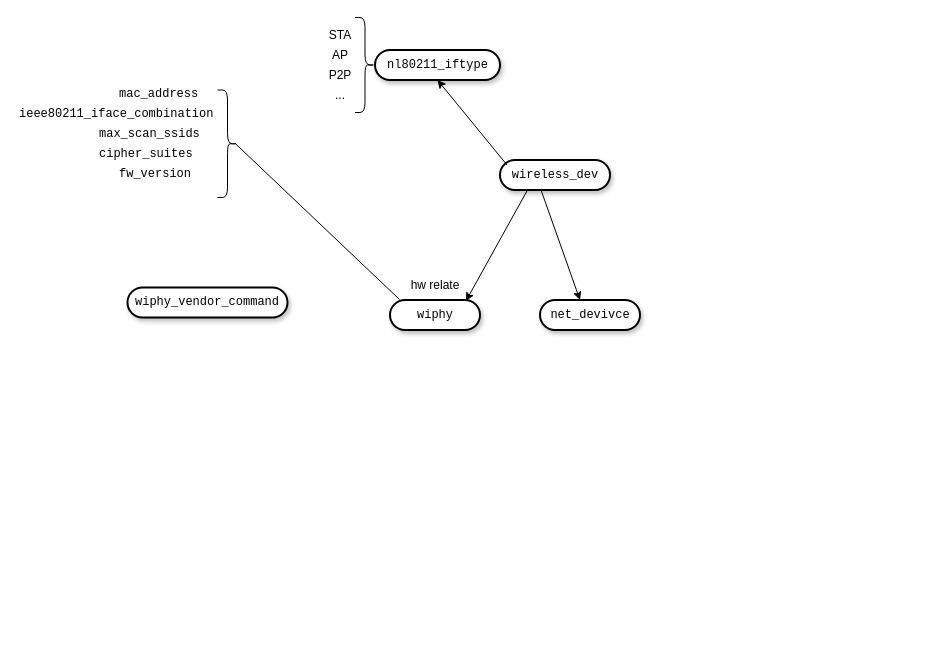
Above: kernel class.drawio in tuduku/drawio (draw.io), before the change. Source tidied: cells renumbered, new cells numbered last; positions are measured from the earlier drawing's top-left corner, leaving out a move shared by most shapes. Both pictures are drawn from the tidied source at 100%, with x=0, y=0 at pixel (17, 17).
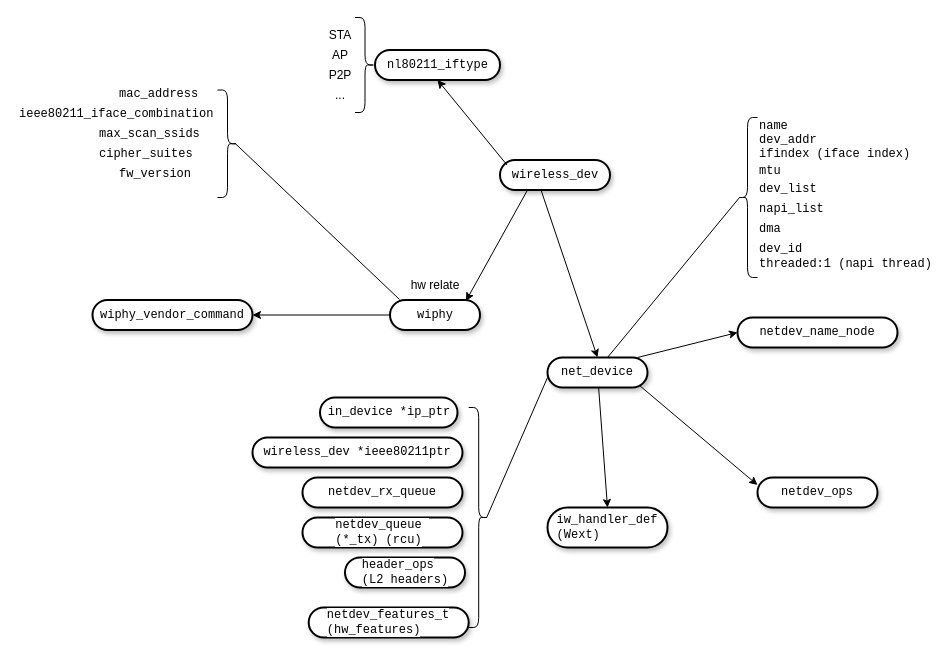
After the change.

Unchanged cells that the change refers to:
```xml
<mxCell id="2" value="&lt;pre style=&quot;border: 0px; margin-top: 0px; margin-bottom: 0px; text-align: start;&quot;&gt;&lt;span style=&quot;background-color: rgb(255, 255, 255);&quot;&gt;wiphy&lt;/span&gt;&lt;/pre&gt;" style="whiteSpace=wrap;html=1;rounded=1;shadow=1;comic=0;labelBackgroundColor=none;strokeWidth=2;fontFamily=Verdana;fontSize=12;align=center;arcSize=50;verticalAlign=middle;" parent="1" vertex="1">
  <mxGeometry x="372.5" y="282.5" width="90" height="30" as="geometry" />
</mxCell>
<mxCell id="3" value="&lt;pre style=&quot;border: 0px; margin-top: 0px; margin-bottom: 0px; text-align: start;&quot;&gt;&lt;span style=&quot;background-color: rgb(255, 255, 255);&quot;&gt;wireless_dev&lt;/span&gt;&lt;/pre&gt;" style="whiteSpace=wrap;html=1;rounded=1;shadow=1;comic=0;labelBackgroundColor=none;strokeWidth=2;fontFamily=Verdana;fontSize=12;align=center;arcSize=50;verticalAlign=middle;" parent="1" vertex="1">
  <mxGeometry x="482.5" y="142.5" width="110" height="30" as="geometry" />
</mxCell>
```

Diff of the diagram source:
```diff
@@
-    <mxCell id="5" value="&lt;pre style=&quot;border: 0px; margin-top: 0px; margin-bottom: 0px; text-align: start;&quot;&gt;&lt;span style=&quot;background-color: rgb(255, 255, 255);&quot;&gt;net_devivce&lt;/span&gt;&lt;/pre&gt;" style="whiteSpace=wrap;html=1;rounded=1;shadow=1;comic=0;labelBackgroundColor=none;strokeWidth=2;fontFamily=Verdana;fontSize=12;align=center;arcSize=50;verticalAlign=middle;" parent="1" vertex="1">
-      <mxGeometry x="522.5" y="282.5" width="100" height="30" as="geometry" />
+    <mxCell id="5" value="&lt;pre style=&quot;border: 0px; margin-top: 0px; margin-bottom: 0px; text-align: start;&quot;&gt;&lt;span style=&quot;background-color: rgb(255, 255, 255);&quot;&gt;net_device&lt;/span&gt;&lt;/pre&gt;" style="whiteSpace=wrap;html=1;rounded=1;shadow=1;comic=0;labelBackgroundColor=none;strokeWidth=2;fontFamily=Verdana;fontSize=12;align=center;arcSize=50;verticalAlign=middle;" parent="1" vertex="1">
+      <mxGeometry x="530" y="340" width="100" height="30" as="geometry" />
     </mxCell>
-    <mxCell id="6" style="endArrow=classic;html=1;rounded=0;exitX=0.373;exitY=1;exitDx=0;exitDy=0;exitPerimeter=0;" parent="1" edge="1" source="3">
-      <mxGeometry relative="1" as="geometry">
-        <mxPoint x="562.5" y="282.5" as="targetPoint" />
-      </mxGeometry>
+    <mxCell id="6" style="endArrow=classic;html=1;rounded=0;exitX=0.373;exitY=1;exitDx=0;exitDy=0;exitPerimeter=0;entryX=0.5;entryY=0;entryDx=0;entryDy=0;" parent="1" edge="1" source="3" target="5">
+      <mxGeometry relative="1" as="geometry" />
     </mxCell>
@@
     <mxCell id="22" value="&lt;pre style=&quot;border: 0px; margin-top: 0px; margin-bottom: 0px; text-align: start;&quot;&gt;&lt;span style=&quot;background-color: rgb(255, 255, 255);&quot;&gt;wiphy_vendor_command&lt;/span&gt;&lt;/pre&gt;" style="whiteSpace=wrap;html=1;rounded=1;shadow=1;comic=0;labelBackgroundColor=none;strokeWidth=2;fontFamily=Verdana;fontSize=12;align=center;arcSize=50;verticalAlign=middle;" parent="1" vertex="1">
-      <mxGeometry x="110" y="270" width="160" height="30" as="geometry" />
+      <mxGeometry x="75" y="282.5" width="160" height="30" as="geometry" />
     </mxCell>
+    <mxCell id="23" style="endArrow=classic;html=1;rounded=0;entryX=1;entryY=0.5;entryDx=0;entryDy=0;exitX=0;exitY=0.5;exitDx=0;exitDy=0;" parent="1" edge="1" source="2" target="22">
+      <mxGeometry relative="1" as="geometry" />
+    </mxCell>
+    <mxCell id="24" style="shape=curlyBracket;whiteSpace=wrap;html=1;rounded=1;labelPosition=left;verticalLabelPosition=middle;align=right;verticalAlign=middle;size=0.5;" parent="1" vertex="1">
+      <mxGeometry x="720" y="100" width="20" height="160" as="geometry" />
+    </mxCell>
+    <mxCell id="25" value="&lt;pre style=&quot;forced-color-adjust: none; color: rgb(0, 0, 0); font-size: 12px; font-style: normal; font-variant-ligatures: normal; font-variant-caps: normal; font-weight: 400; letter-spacing: normal; orphans: 2; text-indent: 0px; text-transform: none; widows: 2; word-spacing: 0px; -webkit-text-stroke-width: 0px; background-color: rgb(251, 251, 251); text-decoration-thickness: initial; text-decoration-style: initial; text-decoration-color: initial; border: 0px; margin-top: 0px; margin-bottom: 0px; text-align: start;&quot;&gt;&lt;span style=&quot;forced-color-adjust: none; background-color: rgb(255, 255, 255);&quot;&gt;name  &lt;/span&gt;&lt;/pre&gt;" style="text;whiteSpace=wrap;html=1;" parent="1" vertex="1">
+      <mxGeometry x="740" y="95" width="110" height="27.5" as="geometry" />
+    </mxCell>
+    <mxCell id="26" value="&lt;pre style=&quot;border: 0px; margin-top: 0px; margin-bottom: 0px; text-align: start;&quot;&gt;&lt;span style=&quot;background-color: rgb(255, 255, 255);&quot;&gt;netdev_name_node&lt;/span&gt;&lt;/pre&gt;" style="whiteSpace=wrap;html=1;rounded=1;shadow=1;comic=0;labelBackgroundColor=none;strokeWidth=2;fontFamily=Verdana;fontSize=12;align=center;arcSize=50;verticalAlign=middle;" parent="1" vertex="1">
+      <mxGeometry x="720" y="300" width="160" height="30" as="geometry" />
+    </mxCell>
+    <mxCell id="27" value="&lt;pre style=&quot;border: 0px; margin-top: 0px; margin-bottom: 0px; text-align: start;&quot;&gt;&lt;span style=&quot;background-color: rgb(255, 255, 255);&quot;&gt;netdev_ops&lt;/span&gt;&lt;/pre&gt;" style="whiteSpace=wrap;html=1;rounded=1;shadow=1;comic=0;labelBackgroundColor=none;strokeWidth=2;fontFamily=Verdana;fontSize=12;align=center;arcSize=50;verticalAlign=middle;" parent="1" vertex="1">
+      <mxGeometry x="740" y="460" width="120" height="30" as="geometry" />
+    </mxCell>
+    <mxCell id="28" value="&lt;pre style=&quot;forced-color-adjust: none; color: rgb(0, 0, 0); font-size: 12px; font-style: normal; font-variant-ligatures: normal; font-variant-caps: normal; font-weight: 400; letter-spacing: normal; orphans: 2; text-indent: 0px; text-transform: none; widows: 2; word-spacing: 0px; -webkit-text-stroke-width: 0px; background-color: rgb(251, 251, 251); text-decoration-thickness: initial; text-decoration-style: initial; text-decoration-color: initial; border: 0px; margin-top: 0px; margin-bottom: 0px; text-align: start;&quot;&gt;&lt;span style=&quot;forced-color-adjust: none; background-color: rgb(255, 255, 255);&quot;&gt;ifindex (iface index)&lt;/span&gt;&lt;/pre&gt;" style="text;whiteSpace=wrap;html=1;" parent="1" vertex="1">
+      <mxGeometry x="740" y="122.5" width="110" height="27.5" as="geometry" />
+    </mxCell>
+    <mxCell id="29" value="&lt;pre style=&quot;forced-color-adjust: none; color: rgb(0, 0, 0); font-size: 12px; font-style: normal; font-variant-ligatures: normal; font-variant-caps: normal; font-weight: 400; letter-spacing: normal; orphans: 2; text-indent: 0px; text-transform: none; widows: 2; word-spacing: 0px; -webkit-text-stroke-width: 0px; background-color: rgb(251, 251, 251); text-decoration-thickness: initial; text-decoration-style: initial; text-decoration-color: initial; border: 0px; margin-top: 0px; margin-bottom: 0px; text-align: start;&quot;&gt;&lt;span style=&quot;forced-color-adjust: none; background-color: rgb(255, 255, 255);&quot;&gt;mtu&lt;/span&gt;&lt;/pre&gt;" style="text;whiteSpace=wrap;html=1;" parent="1" vertex="1">
+      <mxGeometry x="740" y="140" width="110" height="27.5" as="geometry" />
+    </mxCell>
+    <mxCell id="30" value="&lt;pre style=&quot;border: 0px; margin-top: 0px; margin-bottom: 0px; text-align: start;&quot;&gt;&lt;span style=&quot;background-color: rgb(255, 255, 255);&quot;&gt;netdev_features_t&lt;br/&gt;(hw_features)&lt;/span&gt;&lt;/pre&gt;" style="whiteSpace=wrap;html=1;rounded=1;shadow=1;comic=0;labelBackgroundColor=none;strokeWidth=2;fontFamily=Verdana;fontSize=12;align=center;arcSize=50;verticalAlign=middle;" parent="1" vertex="1">
+      <mxGeometry x="291.2" y="590" width="160" height="30" as="geometry" />
+    </mxCell>
+    <mxCell id="31" value="&lt;pre style=&quot;forced-color-adjust: none; color: rgb(0, 0, 0); font-size: 12px; font-style: normal; font-variant-ligatures: normal; font-variant-caps: normal; font-weight: 400; letter-spacing: normal; orphans: 2; text-indent: 0px; text-transform: none; widows: 2; word-spacing: 0px; -webkit-text-stroke-width: 0px; background-color: rgb(251, 251, 251); text-decoration-thickness: initial; text-decoration-style: initial; text-decoration-color: initial; border: 0px; margin-top: 0px; margin-bottom: 0px; text-align: start;&quot;&gt;&lt;span style=&quot;forced-color-adjust: none; background-color: rgb(255, 255, 255);&quot;&gt;dev_list&lt;/span&gt;&lt;/pre&gt;" style="text;whiteSpace=wrap;html=1;" parent="1" vertex="1">
+      <mxGeometry x="740" y="157.5" width="110" height="27.5" as="geometry" />
+    </mxCell>
+    <mxCell id="32" value="&lt;pre style=&quot;forced-color-adjust: none; color: rgb(0, 0, 0); font-size: 12px; font-style: normal; font-variant-ligatures: normal; font-variant-caps: normal; font-weight: 400; letter-spacing: normal; orphans: 2; text-indent: 0px; text-transform: none; widows: 2; word-spacing: 0px; -webkit-text-stroke-width: 0px; background-color: rgb(251, 251, 251); text-decoration-thickness: initial; text-decoration-style: initial; text-decoration-color: initial; border: 0px; margin-top: 0px; margin-bottom: 0px; text-align: start;&quot;&gt;&lt;span style=&quot;forced-color-adjust: none; background-color: rgb(255, 255, 255);&quot;&gt;napi_list&lt;/span&gt;&lt;/pre&gt;" style="text;whiteSpace=wrap;html=1;" parent="1" vertex="1">
+      <mxGeometry x="740" y="177.5" width="110" height="27.5" as="geometry" />
+    </mxCell>
+    <mxCell id="33" value="&lt;pre style=&quot;border: 0px; margin-top: 0px; margin-bottom: 0px; text-align: start;&quot;&gt;&lt;span style=&quot;background-color: rgb(255, 255, 255);&quot;&gt;iw_handler_def&lt;br/&gt;(Wext)&lt;/span&gt;&lt;/pre&gt;" style="whiteSpace=wrap;html=1;rounded=1;shadow=1;comic=0;labelBackgroundColor=none;strokeWidth=2;fontFamily=Verdana;fontSize=12;align=center;arcSize=50;verticalAlign=middle;" parent="1" vertex="1">
+      <mxGeometry x="530" y="490" width="120" height="40" as="geometry" />
+    </mxCell>
+    <mxCell id="34" value="&lt;pre style=&quot;border: 0px; margin-top: 0px; margin-bottom: 0px; text-align: start;&quot;&gt;&lt;span style=&quot;background-color: rgb(255, 255, 255);&quot;&gt;header_ops&lt;br/&gt;(L2 headers)&lt;/span&gt;&lt;/pre&gt;" style="whiteSpace=wrap;html=1;rounded=1;shadow=1;comic=0;labelBackgroundColor=none;strokeWidth=2;fontFamily=Verdana;fontSize=12;align=center;arcSize=50;verticalAlign=middle;" parent="1" vertex="1">
+      <mxGeometry x="327.5" y="540" width="120" height="30" as="geometry" />
+    </mxCell>
+    <mxCell id="35" value="&lt;pre style=&quot;forced-color-adjust: none; color: rgb(0, 0, 0); font-size: 12px; font-style: normal; font-variant-ligatures: normal; font-variant-caps: normal; font-weight: 400; letter-spacing: normal; orphans: 2; text-indent: 0px; text-transform: none; widows: 2; word-spacing: 0px; -webkit-text-stroke-width: 0px; background-color: rgb(251, 251, 251); text-decoration-thickness: initial; text-decoration-style: initial; text-decoration-color: initial; border: 0px; margin-top: 0px; margin-bottom: 0px; text-align: start;&quot;&gt;&lt;span style=&quot;forced-color-adjust: none; background-color: rgb(255, 255, 255);&quot;&gt;dma&lt;/span&gt;&lt;/pre&gt;" style="text;whiteSpace=wrap;html=1;" parent="1" vertex="1">
+      <mxGeometry x="740" y="197.5" width="110" height="27.5" as="geometry" />
+    </mxCell>
+    <mxCell id="36" value="&lt;pre style=&quot;forced-color-adjust: none; color: rgb(0, 0, 0); font-size: 12px; font-style: normal; font-variant-ligatures: normal; font-variant-caps: normal; font-weight: 400; letter-spacing: normal; orphans: 2; text-indent: 0px; text-transform: none; widows: 2; word-spacing: 0px; -webkit-text-stroke-width: 0px; background-color: rgb(251, 251, 251); text-decoration-thickness: initial; text-decoration-style: initial; text-decoration-color: initial; border: 0px; margin-top: 0px; margin-bottom: 0px; text-align: start;&quot;&gt;&lt;span style=&quot;forced-color-adjust: none; background-color: rgb(255, 255, 255);&quot;&gt;dev_id&lt;/span&gt;&lt;/pre&gt;" style="text;whiteSpace=wrap;html=1;" parent="1" vertex="1">
+      <mxGeometry x="740" y="217.5" width="110" height="27.5" as="geometry" />
+    </mxCell>
+    <mxCell id="37" value="&lt;pre style=&quot;border: 0px; margin-top: 0px; margin-bottom: 0px; text-align: start;&quot;&gt;&lt;span style=&quot;background-color: rgb(255, 255, 255);&quot;&gt;in_device *ip_ptr&lt;/span&gt;&lt;/pre&gt;" style="whiteSpace=wrap;html=1;rounded=1;shadow=1;comic=0;labelBackgroundColor=none;strokeWidth=2;fontFamily=Verdana;fontSize=12;align=center;arcSize=50;verticalAlign=middle;" parent="1" vertex="1">
+      <mxGeometry x="302.5" y="380" width="137.5" height="30" as="geometry" />
+    </mxCell>
+    <mxCell id="38" value="&lt;pre style=&quot;border: 0px; margin-top: 0px; margin-bottom: 0px; text-align: start;&quot;&gt;&lt;span style=&quot;background-color: rgb(255, 255, 255);&quot;&gt;wireless_dev *ieee80211ptr&lt;/span&gt;&lt;/pre&gt;" style="whiteSpace=wrap;html=1;rounded=1;shadow=1;comic=0;labelBackgroundColor=none;strokeWidth=2;fontFamily=Verdana;fontSize=12;align=center;arcSize=50;verticalAlign=middle;" parent="1" vertex="1">
+      <mxGeometry x="235" y="420" width="210" height="30" as="geometry" />
+    </mxCell>
+    <mxCell id="39" value="&lt;pre style=&quot;forced-color-adjust: none; color: rgb(0, 0, 0); font-size: 12px; font-style: normal; font-variant-ligatures: normal; font-variant-caps: normal; font-weight: 400; letter-spacing: normal; orphans: 2; text-indent: 0px; text-transform: none; widows: 2; word-spacing: 0px; -webkit-text-stroke-width: 0px; background-color: rgb(251, 251, 251); text-decoration-thickness: initial; text-decoration-style: initial; text-decoration-color: initial; border: 0px; margin-top: 0px; margin-bottom: 0px; text-align: start;&quot;&gt;&lt;span style=&quot;forced-color-adjust: none; background-color: rgb(255, 255, 255);&quot;&gt;dev_addr&lt;/span&gt;&lt;/pre&gt;" style="text;whiteSpace=wrap;html=1;" parent="1" vertex="1">
+      <mxGeometry x="740" y="108.8" width="110" height="27.5" as="geometry" />
+    </mxCell>
+    <mxCell id="40" value="&lt;pre style=&quot;border: 0px; margin-top: 0px; margin-bottom: 0px; text-align: start;&quot;&gt;&lt;span style=&quot;background-color: rgb(255, 255, 255);&quot;&gt;netdev_rx_queue&lt;/span&gt;&lt;/pre&gt;" style="whiteSpace=wrap;html=1;rounded=1;shadow=1;comic=0;labelBackgroundColor=none;strokeWidth=2;fontFamily=Verdana;fontSize=12;align=center;arcSize=50;verticalAlign=middle;" parent="1" vertex="1">
+      <mxGeometry x="285" y="460" width="160" height="30" as="geometry" />
+    </mxCell>
+    <mxCell id="41" value="&lt;pre style=&quot;border: 0px; margin-top: 0px; margin-bottom: 0px; text-align: start;&quot;&gt;&lt;span style=&quot;background-color: rgb(255, 255, 255);&quot;&gt;netdev_queue &lt;br/&gt;(*_tx) (rcu)&lt;br&gt;&lt;/span&gt;&lt;/pre&gt;" style="whiteSpace=wrap;html=1;rounded=1;shadow=1;comic=0;labelBackgroundColor=none;strokeWidth=2;fontFamily=Verdana;fontSize=12;align=center;arcSize=50;verticalAlign=middle;" parent="1" vertex="1">
+      <mxGeometry x="285" y="500" width="160" height="30" as="geometry" />
+    </mxCell>
+    <mxCell id="42" value="&lt;pre style=&quot;forced-color-adjust: none; color: rgb(0, 0, 0); font-size: 12px; font-style: normal; font-variant-ligatures: normal; font-variant-caps: normal; font-weight: 400; letter-spacing: normal; orphans: 2; text-indent: 0px; text-transform: none; widows: 2; word-spacing: 0px; -webkit-text-stroke-width: 0px; background-color: rgb(251, 251, 251); text-decoration-thickness: initial; text-decoration-style: initial; text-decoration-color: initial; border: 0px; margin-top: 0px; margin-bottom: 0px; text-align: start;&quot;&gt;&lt;span style=&quot;forced-color-adjust: none; background-color: rgb(255, 255, 255);&quot;&gt;threaded:1 (napi thread)&lt;/span&gt;&lt;/pre&gt;" style="text;whiteSpace=wrap;html=1;" parent="1" vertex="1">
+      <mxGeometry x="740" y="232.5" width="110" height="27.5" as="geometry" />
+    </mxCell>
+    <mxCell id="43" style="endArrow=classic;html=1;rounded=0;entryX=0;entryY=0.5;entryDx=0;entryDy=0;" parent="1" edge="1" target="26">
+      <mxGeometry relative="1" as="geometry">
+        <mxPoint x="620" y="340" as="sourcePoint" />
+      </mxGeometry>
+    </mxCell>
+    <mxCell id="44" style="endArrow=none;html=1;rounded=0;entryX=0.1;entryY=0.5;entryDx=0;entryDy=0;entryPerimeter=0;" parent="1" edge="1" target="24">
+      <mxGeometry relative="1" as="geometry">
+        <mxPoint x="590" y="340" as="sourcePoint" />
+      </mxGeometry>
+    </mxCell>
+    <mxCell id="45" style="shape=curlyBracket;whiteSpace=wrap;html=1;rounded=1;flipH=1;labelPosition=right;verticalLabelPosition=middle;align=left;verticalAlign=middle;" parent="1" vertex="1">
+      <mxGeometry x="451.2" y="390" width="20" height="220" as="geometry" />
+    </mxCell>
+    <mxCell id="46" style="endArrow=none;html=1;rounded=0;exitX=0.1;exitY=0.5;exitDx=0;exitDy=0;exitPerimeter=0;" parent="1" edge="1" source="45">
+      <mxGeometry relative="1" as="geometry">
+        <mxPoint x="530" y="360" as="targetPoint" />
+      </mxGeometry>
+    </mxCell>
+    <mxCell id="47" style="endArrow=classic;html=1;rounded=0;entryX=0.5;entryY=0;entryDx=0;entryDy=0;" parent="1" edge="1" source="5" target="33">
+      <mxGeometry relative="1" as="geometry" />
+    </mxCell>
+    <mxCell id="48" style="endArrow=classic;html=1;rounded=0;exitX=0.92;exitY=0.933;exitDx=0;exitDy=0;entryX=0;entryY=0.25;entryDx=0;entryDy=0;exitPerimeter=0;" parent="1" edge="1" source="5" target="27">
+      <mxGeometry relative="1" as="geometry" />
+    </mxCell>
```
